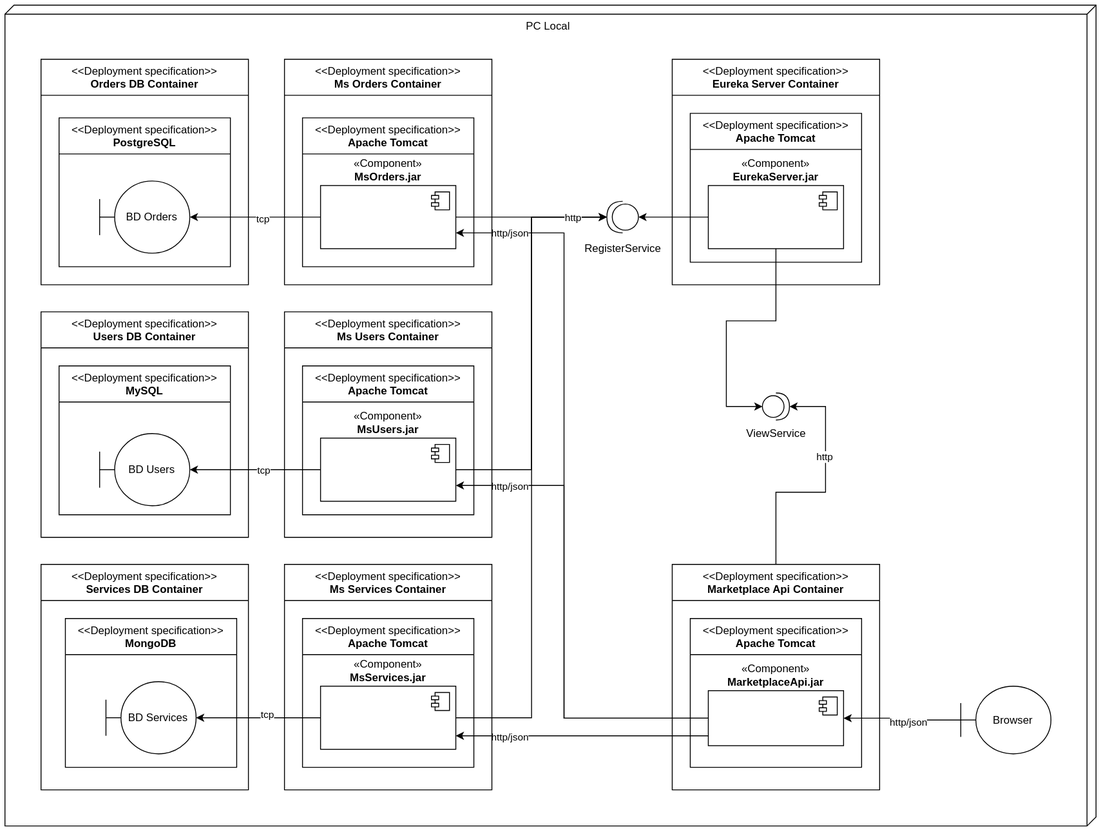
The draw.io diagram docs/wiki/img/deployment_diagram.svg in MSCloud2310/Defaults, before a commit. Source tidied: cells renumbered, new cells last; positions are measured from the earlier drawing's top-left corner, leaving out a move shared by most shapes.
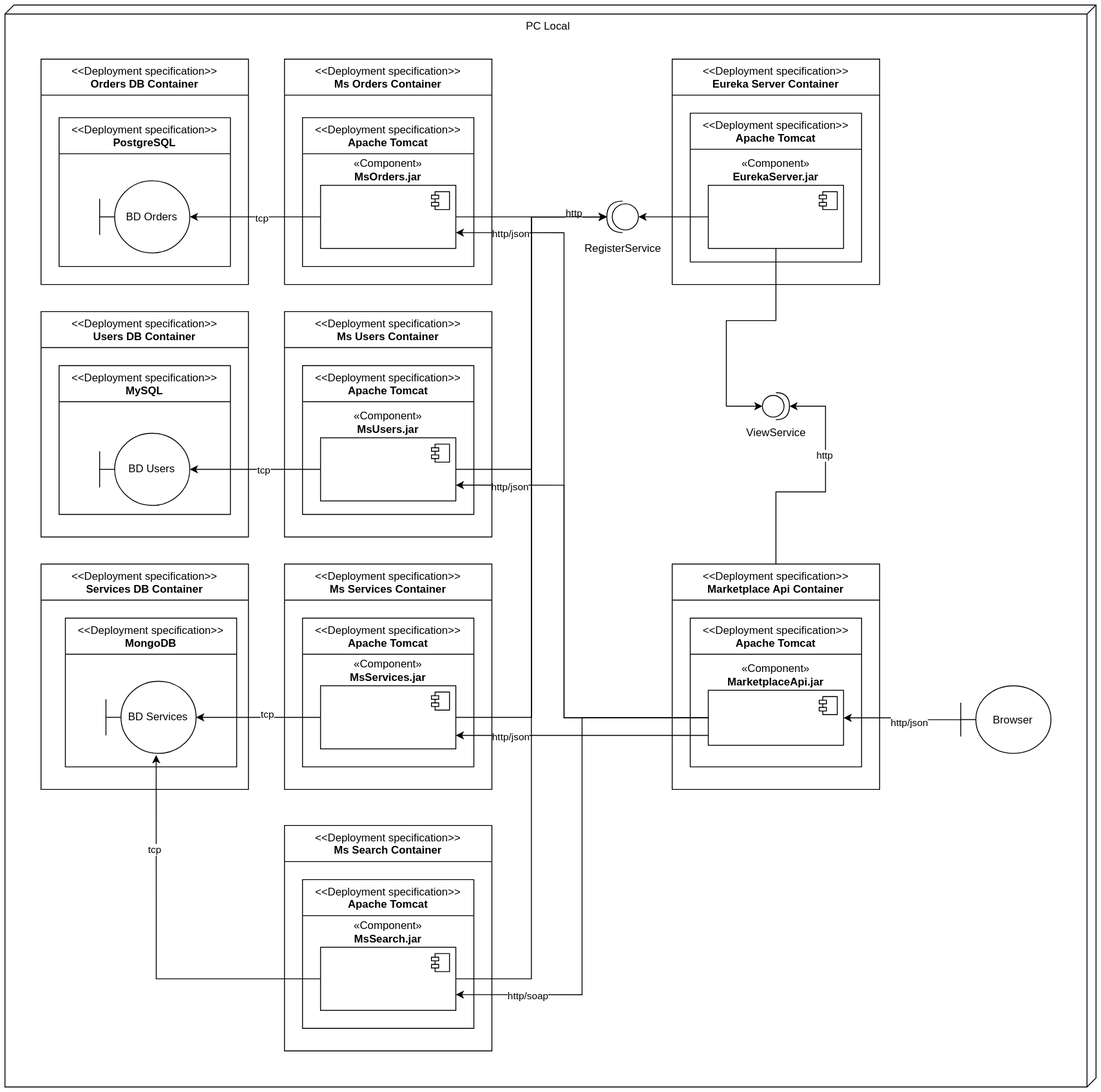
Later version of the same file.

Commit message:
Update deployment diagram

Diff of the diagram source:
```diff
@@ -3,7 +3,7 @@
     <mxCell id="0" />
     <mxCell id="1" parent="0" />
     <mxCell id="2" value="PC Local" style="verticalAlign=top;align=center;shape=cube;size=10;direction=south;fontStyle=0;html=1;boundedLbl=1;spacingLeft=5;whiteSpace=wrap;" parent="1" vertex="1">
-      <mxGeometry width="1210" height="910" as="geometry" />
+      <mxGeometry width="1210" height="1200" as="geometry" />
     </mxCell>
     <mxCell id="3" style="edgeStyle=orthogonalEdgeStyle;rounded=0;jettySize=auto;html=1;" parent="1" edge="1" source="6" target="20">
       <mxGeometry relative="1" as="geometry" />
@@ -113,6 +113,14 @@
         <mxPoint x="8" y="-2" as="offset" />
       </mxGeometry>
     </mxCell>
+    <mxCell id="58" style="edgeStyle=orthogonalEdgeStyle;rounded=0;jettySize=auto;html=1;entryX=1;entryY=0.75;entryDx=0;entryDy=0;" parent="1" edge="1" source="28" target="63">
+      <mxGeometry relative="1" as="geometry" />
+    </mxCell>
+    <mxCell id="59" value="http/soap" style="edgeLabel;html=1;align=center;verticalAlign=middle;" parent="58" vertex="1">
+      <mxGeometry x="0.82" relative="1" as="geometry">
+        <mxPoint x="28" as="offset" />
+      </mxGeometry>
+    </mxCell>
     <mxCell id="28" value="«Component»&lt;br&gt;&lt;b&gt;MarketplaceApi.jar&lt;/b&gt;" style="html=1;whiteSpace=wrap;labelPosition=center;verticalLabelPosition=top;align=center;verticalAlign=bottom;" parent="1" vertex="1">
       <mxGeometry x="780" y="760" width="150" height="61" as="geometry" />
     </mxCell>
@@ -151,7 +159,7 @@
     </mxCell>
     <mxCell id="36" value="http" style="edgeLabel;html=1;align=center;verticalAlign=middle;" parent="35" vertex="1">
       <mxGeometry x="0.91" y="-3" relative="1" as="geometry">
-        <mxPoint x="-4" y="-3" as="offset" />
+        <mxPoint x="-5" y="-8" as="offset" />
       </mxGeometry>
     </mxCell>
     <mxCell id="37" value="«Component»&lt;br&gt;&lt;b&gt;MsServices.jar&lt;br&gt;&lt;/b&gt;" style="html=1;whiteSpace=wrap;labelPosition=center;verticalLabelPosition=top;align=center;verticalAlign=bottom;" parent="1" vertex="1">
@@ -225,5 +233,28 @@
     <mxCell id="57" value="Browser" style="shape=umlBoundary;whiteSpace=wrap;html=1;" parent="1" vertex="1">
       <mxGeometry x="1060" y="755" width="100" height="75" as="geometry" />
     </mxCell>
+    <mxCell id="60" style="edgeStyle=orthogonalEdgeStyle;rounded=0;jettySize=auto;html=1;entryX=0.557;entryY=1.024;entryDx=0;entryDy=0;entryPerimeter=0;" parent="1" edge="1" source="63" target="41">
+      <mxGeometry relative="1" as="geometry" />
+    </mxCell>
+    <mxCell id="61" value="tcp" style="edgeLabel;html=1;align=center;verticalAlign=middle;" parent="60" vertex="1">
+      <mxGeometry x="0.51" y="3" relative="1" as="geometry" />
+    </mxCell>
+    <mxCell id="62" style="edgeStyle=orthogonalEdgeStyle;rounded=0;jettySize=auto;html=1;entryX=1;entryY=0.5;entryDx=0;entryDy=0;entryPerimeter=0;" parent="1" edge="1" source="63" target="17">
+      <mxGeometry relative="1" as="geometry" />
+    </mxCell>
+    <mxCell id="63" value="«Component»&lt;br&gt;&lt;b&gt;MsSearch.jar&lt;br&gt;&lt;/b&gt;" style="html=1;whiteSpace=wrap;labelPosition=center;verticalLabelPosition=top;align=center;verticalAlign=bottom;" parent="1" vertex="1">
+      <mxGeometry x="350" y="1045" width="150" height="70" as="geometry" />
+    </mxCell>
+    <mxCell id="64" style="shape=module;jettyWidth=8;jettyHeight=4;" parent="63" vertex="1">
+      <mxGeometry x="1" width="20" height="20" relative="1" as="geometry">
+        <mxPoint x="-27" y="7" as="offset" />
+      </mxGeometry>
+    </mxCell>
+    <mxCell id="65" value="&amp;lt;&amp;lt;Deployment specification&amp;gt;&amp;gt;&lt;br&gt;&lt;b&gt;Apache Tomcat&lt;/b&gt;" style="swimlane;fontStyle=0;align=center;verticalAlign=top;horizontal=1;startSize=40;html=1;whiteSpace=wrap;" parent="1" vertex="1">
+      <mxGeometry x="330" y="970" width="190" height="165" as="geometry" />
+    </mxCell>
+    <mxCell id="66" value="&amp;lt;&amp;lt;Deployment specification&amp;gt;&amp;gt;&lt;br&gt;&lt;b&gt;Ms Search Container&lt;/b&gt;" style="swimlane;fontStyle=0;align=center;verticalAlign=top;horizontal=1;startSize=40;html=1;whiteSpace=wrap;" parent="1" vertex="1">
+      <mxGeometry x="310" y="910" width="230" height="250" as="geometry" />
+    </mxCell>
   </root>
 </mxGraphModel>
```
